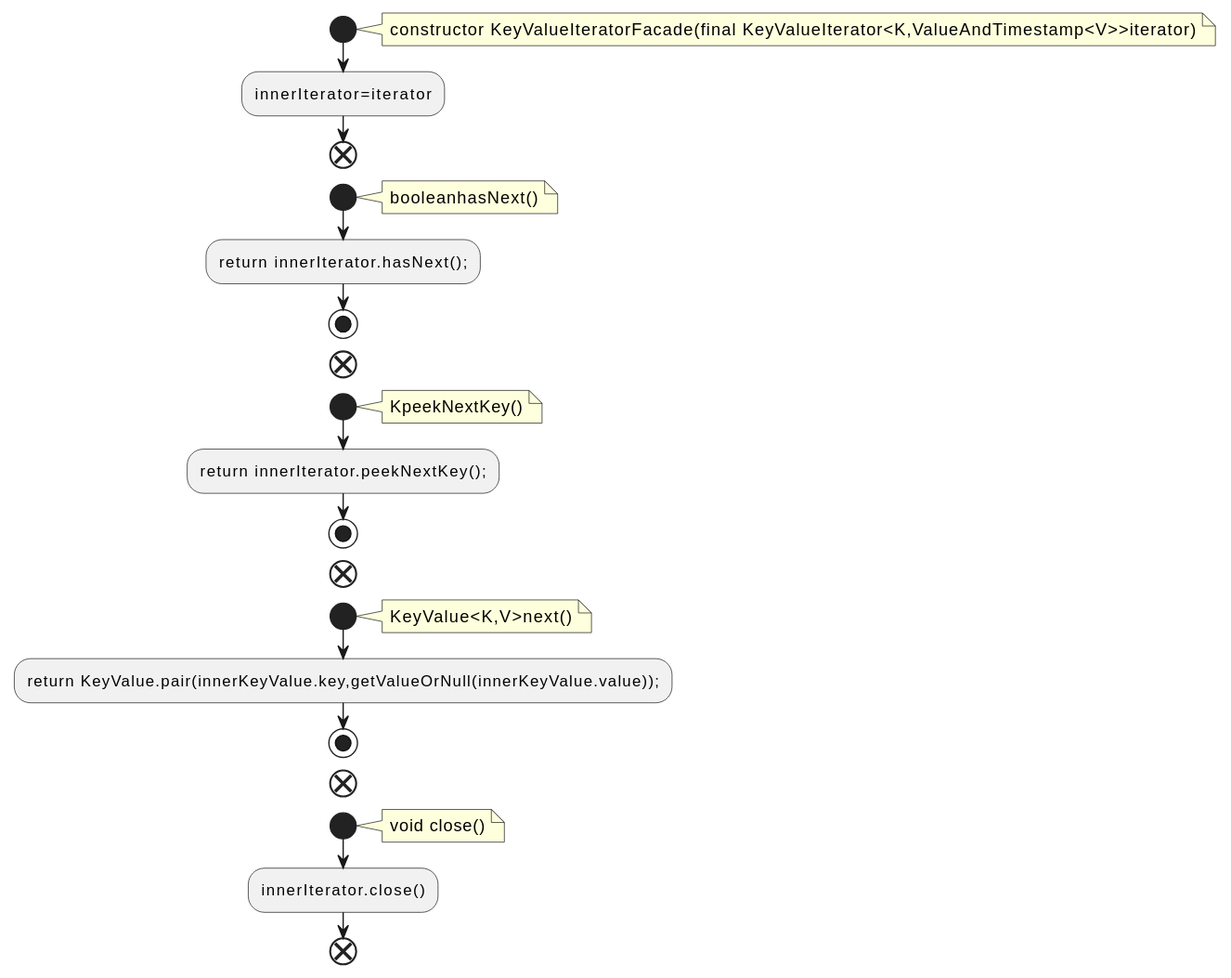
This is docs/qc/streams/src/main/java/org/apache/kafka/streams/state/internals/KeyValueIteratorFacade.java.fct.svg from qualitesys/kafka, a PlantUML export, as it was before one commit.
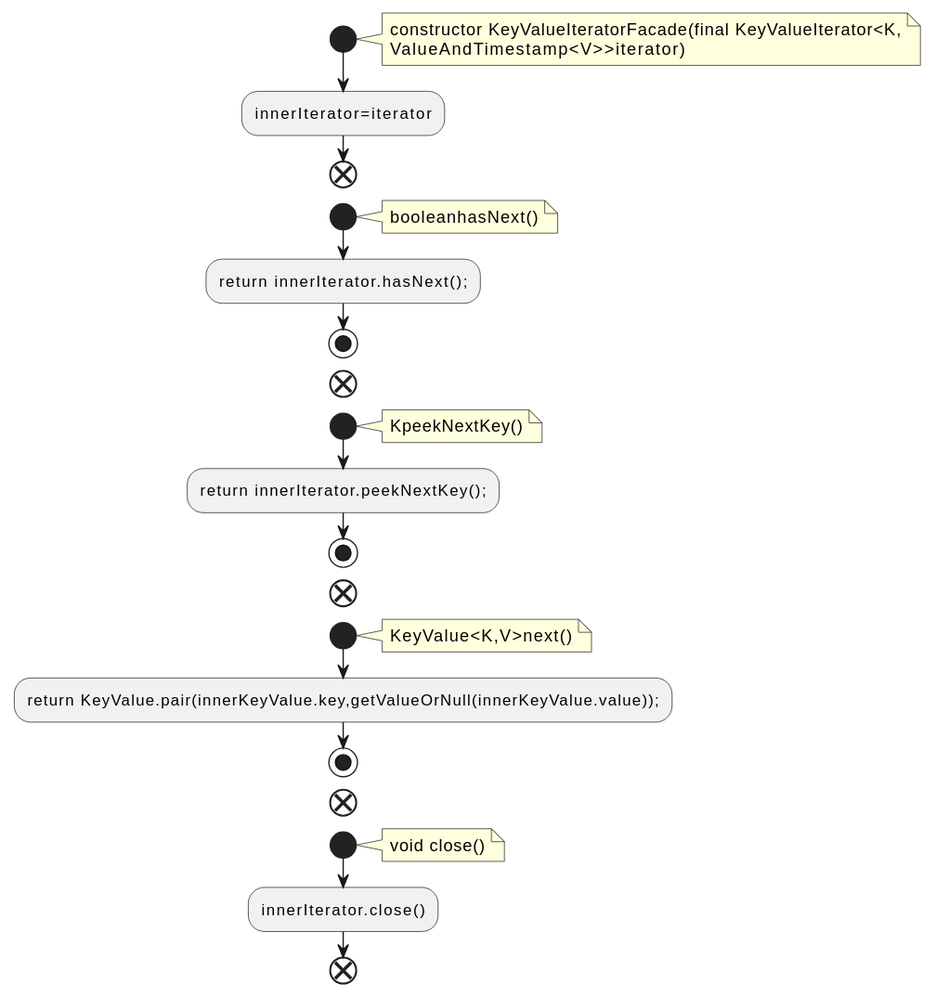
Later version of the same file.

What changed in the source:
```diff
@@ -2,7 +2,8 @@
 !pragma layout smetana
 start
 note right
-constructor KeyValueIteratorFacade(final KeyValueIterator<K,ValueAndTimestamp<V>>iterator)
+constructor KeyValueIteratorFacade(final KeyValueIterator<K,
+ValueAndTimestamp<V>>iterator)
 end note
 :innerIterator=iterator;
 end
```
